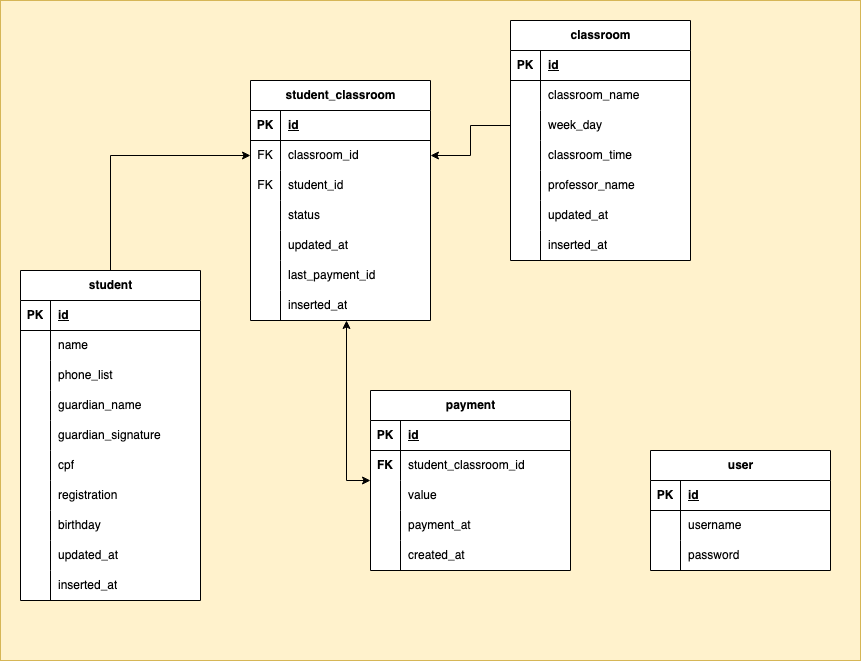
Above: doc/diagramexplosao.drawio.png in rgrosa/project-explosao-backend (draw.io), before the change. Source tidied: cells renumbered, new cells last; positions are measured from the earlier drawing's top-left corner, leaving out a move shared by most shapes.
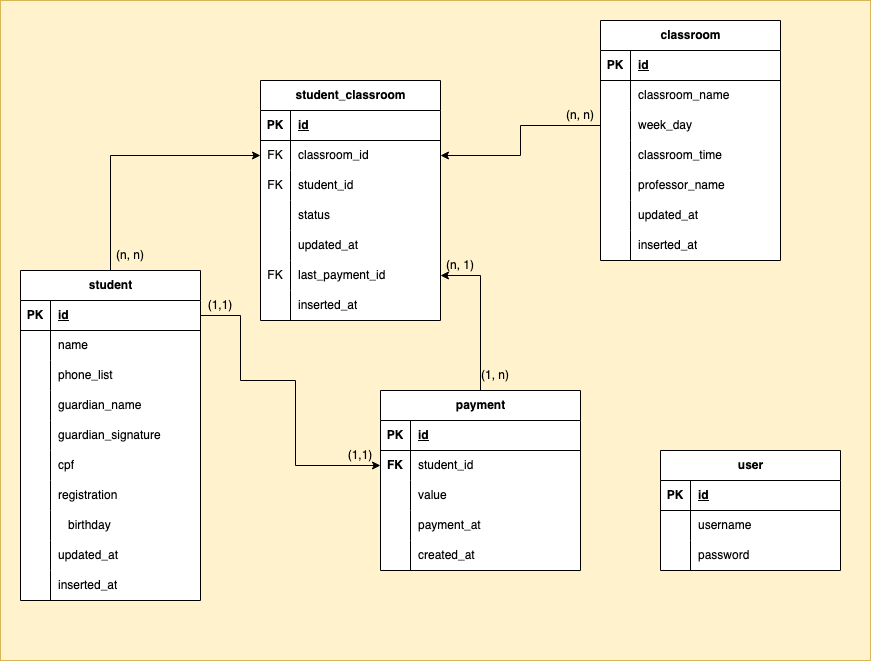
The same file after the commit.

Change to the diagram source:
```diff
@@ -3,13 +3,13 @@
     <mxCell id="0" />
     <mxCell id="1" parent="0" />
     <mxCell id="2" style="whiteSpace=wrap;html=1;fillColor=#fff2cc;strokeColor=#d6b656;" parent="1" vertex="1">
-      <mxGeometry width="860" height="660" as="geometry" />
+      <mxGeometry x="-10" width="870" height="660" as="geometry" />
     </mxCell>
     <mxCell id="3" style="edgeStyle=orthogonalEdgeStyle;rounded=0;jettySize=auto;html=1;entryX=0;entryY=0.5;entryDx=0;entryDy=0;" parent="1" edge="1" source="4" target="61">
       <mxGeometry relative="1" as="geometry" />
     </mxCell>
     <mxCell id="4" value="student" style="shape=table;startSize=30;rowLines=0;fontStyle=1;align=center;html=1;swimlaneFillColor=default;" parent="1" vertex="1">
-      <mxGeometry x="20" y="270" width="180" height="330" as="geometry" />
+      <mxGeometry x="10" y="270" width="180" height="330" as="geometry" />
     </mxCell>
     <mxCell id="5" style="shape=tableRow;horizontal=0;startSize=0;swimlaneHead=0;swimlaneBody=0;fillColor=none;points=[[0,0.5],[1,0.5]];portConstraint=eastwest;top=0;left=0;right=0;bottom=1;" parent="4" vertex="1">
       <mxGeometry y="30" width="180" height="30" as="geometry" />
@@ -102,7 +102,7 @@
       <mxGeometry x="30" width="150" height="30" as="geometry" />
     </mxCell>
     <mxCell id="35" value="classroom" style="shape=table;startSize=30;rowLines=0;fontStyle=1;align=center;html=1;swimlaneFillColor=default;" parent="1" vertex="1">
-      <mxGeometry x="510" y="20" width="180" height="240" as="geometry" />
+      <mxGeometry x="590" y="20" width="180" height="240" as="geometry" />
     </mxCell>
     <mxCell id="36" style="shape=tableRow;horizontal=0;startSize=0;swimlaneHead=0;swimlaneBody=0;fillColor=none;top=0;left=0;right=0;bottom=1;" parent="35" vertex="1">
       <mxGeometry y="30" width="180" height="30" as="geometry" />
@@ -218,7 +218,7 @@
     <mxCell id="73" style="shape=tableRow;horizontal=0;startSize=0;swimlaneHead=0;swimlaneBody=0;fillColor=none;points=[[0,0.5],[1,0.5]];portConstraint=eastwest;top=0;left=0;right=0;bottom=0;" parent="57" vertex="1">
       <mxGeometry y="180" width="180" height="30" as="geometry" />
     </mxCell>
-    <mxCell id="74" style="shape=partialRectangle;fillColor=none;top=0;left=0;bottom=0;right=0;overflow=hidden;whiteSpace=wrap;html=1;" parent="73" vertex="1">
+    <mxCell id="74" value="FK" style="shape=partialRectangle;fillColor=none;top=0;left=0;bottom=0;right=0;overflow=hidden;whiteSpace=wrap;html=1;" parent="73" vertex="1">
       <mxGeometry width="30" height="30" as="geometry" />
     </mxCell>
     <mxCell id="75" value="last_payment_id" style="shape=partialRectangle;fillColor=none;top=0;left=0;bottom=0;right=0;align=left;spacingLeft=6;overflow=hidden;whiteSpace=wrap;html=1;" parent="73" vertex="1">
@@ -233,11 +233,9 @@
     <mxCell id="78" value="inserted_at" style="shape=partialRectangle;fillColor=none;top=0;left=0;bottom=0;right=0;align=left;spacingLeft=6;overflow=hidden;whiteSpace=wrap;html=1;" parent="76" vertex="1">
       <mxGeometry x="30" width="150" height="30" as="geometry" />
     </mxCell>
-    <mxCell id="79" style="edgeStyle=orthogonalEdgeStyle;rounded=0;jettySize=auto;html=1;startArrow=classic;startFill=1;" parent="1" edge="1" source="80">
-      <mxGeometry relative="1" as="geometry">
-        <mxPoint x="346" y="320" as="targetPoint" />
-      </mxGeometry>
-    </mxCell>
+    <mxCell id="109" style="edgeStyle=orthogonalEdgeStyle;rounded=0;jettySize=auto;html=1;entryX=1;entryY=0.5;entryDx=0;entryDy=0;" parent="1" edge="1" source="80" target="73">
+      <mxGeometry relative="1" as="geometry" />
+    </mxCell>
     <mxCell id="80" value="payment" style="shape=table;startSize=30;rowLines=0;fontStyle=1;align=center;html=1;swimlaneFillColor=default;" parent="1" vertex="1">
       <mxGeometry x="370" y="390" width="200" height="180" as="geometry" />
     </mxCell>
@@ -256,7 +254,7 @@
     <mxCell id="85" value="&lt;b&gt;FK&lt;/b&gt;" style="shape=partialRectangle;fillColor=none;top=0;left=0;bottom=0;right=0;overflow=hidden;whiteSpace=wrap;html=1;" parent="84" vertex="1">
       <mxGeometry width="30" height="30" as="geometry" />
     </mxCell>
-    <mxCell id="86" value="student_classroom_id" style="shape=partialRectangle;fillColor=none;top=0;left=0;bottom=0;right=0;align=left;spacingLeft=6;overflow=hidden;whiteSpace=wrap;html=1;" parent="84" vertex="1">
+    <mxCell id="86" value="student_id" style="shape=partialRectangle;fillColor=none;top=0;left=0;bottom=0;right=0;align=left;spacingLeft=6;overflow=hidden;whiteSpace=wrap;html=1;" parent="84" vertex="1">
       <mxGeometry x="30" width="170" height="30" as="geometry" />
     </mxCell>
     <mxCell id="87" style="shape=tableRow;horizontal=0;startSize=0;swimlaneHead=0;swimlaneBody=0;fillColor=none;top=0;left=0;right=0;bottom=0;" parent="80" vertex="1">
@@ -325,5 +323,33 @@
     <mxCell id="108" value="password" style="shape=partialRectangle;fillColor=none;top=0;left=0;bottom=0;right=0;align=left;spacingLeft=6;overflow=hidden;whiteSpace=wrap;html=1;" parent="106" vertex="1">
       <mxGeometry x="30" width="150" height="30" as="geometry" />
     </mxCell>
+    <mxCell id="110" style="edgeStyle=orthogonalEdgeStyle;rounded=0;jettySize=auto;html=1;entryX=0;entryY=0.5;entryDx=0;entryDy=0;" parent="1" edge="1" source="5" target="84">
+      <mxGeometry relative="1" as="geometry">
+        <Array as="points">
+          <mxPoint x="230" y="315" />
+          <mxPoint x="230" y="380" />
+          <mxPoint x="285" y="380" />
+          <mxPoint x="285" y="465" />
+        </Array>
+      </mxGeometry>
+    </mxCell>
+    <mxCell id="111" value="(n, n)" style="text;html=1;strokeColor=none;fillColor=none;align=center;verticalAlign=middle;whiteSpace=wrap;rounded=0;" parent="1" vertex="1">
+      <mxGeometry x="540" y="100" width="60" height="30" as="geometry" />
+    </mxCell>
+    <mxCell id="112" value="(n, n)" style="text;html=1;strokeColor=none;fillColor=none;align=center;verticalAlign=middle;whiteSpace=wrap;rounded=0;" parent="1" vertex="1">
+      <mxGeometry x="90" y="240" width="60" height="30" as="geometry" />
+    </mxCell>
+    <mxCell id="113" value="(1, n)" style="text;html=1;strokeColor=none;fillColor=none;align=center;verticalAlign=middle;whiteSpace=wrap;rounded=0;" parent="1" vertex="1">
+      <mxGeometry x="455" y="360" width="60" height="30" as="geometry" />
+    </mxCell>
+    <mxCell id="114" value="(1,1)" style="text;html=1;strokeColor=none;fillColor=none;align=center;verticalAlign=middle;whiteSpace=wrap;rounded=0;" parent="1" vertex="1">
+      <mxGeometry x="180" y="290" width="60" height="30" as="geometry" />
+    </mxCell>
+    <mxCell id="115" value="(1,1)" style="text;html=1;strokeColor=none;fillColor=none;align=center;verticalAlign=middle;whiteSpace=wrap;rounded=0;" parent="1" vertex="1">
+      <mxGeometry x="320" y="440" width="60" height="30" as="geometry" />
+    </mxCell>
+    <mxCell id="116" value="(n, 1)" style="text;html=1;strokeColor=none;fillColor=none;align=center;verticalAlign=middle;whiteSpace=wrap;rounded=0;" parent="1" vertex="1">
+      <mxGeometry x="420" y="250" width="60" height="30" as="geometry" />
+    </mxCell>
   </root>
 </mxGraphModel>
```
